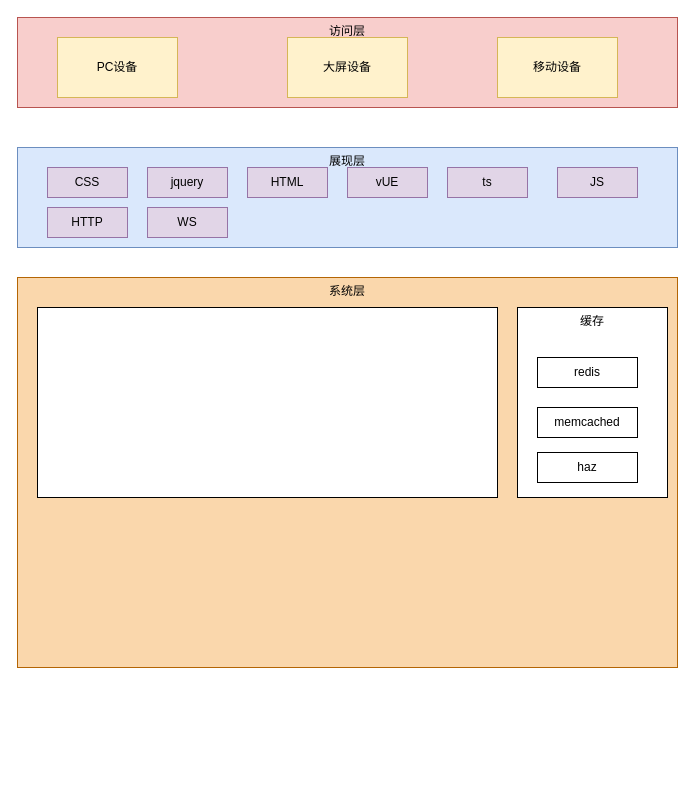
Above: 智能风控系统技术架构.drawio in liojian198/Bin-Blog (draw.io), before the change. Source tidied: cells renumbered, new cells numbered last; positions are measured from the earlier drawing's top-left corner, leaving out a move shared by most shapes. Both pictures are drawn from the tidied source at 100%, with x=0, y=0 at pixel (17, 17).
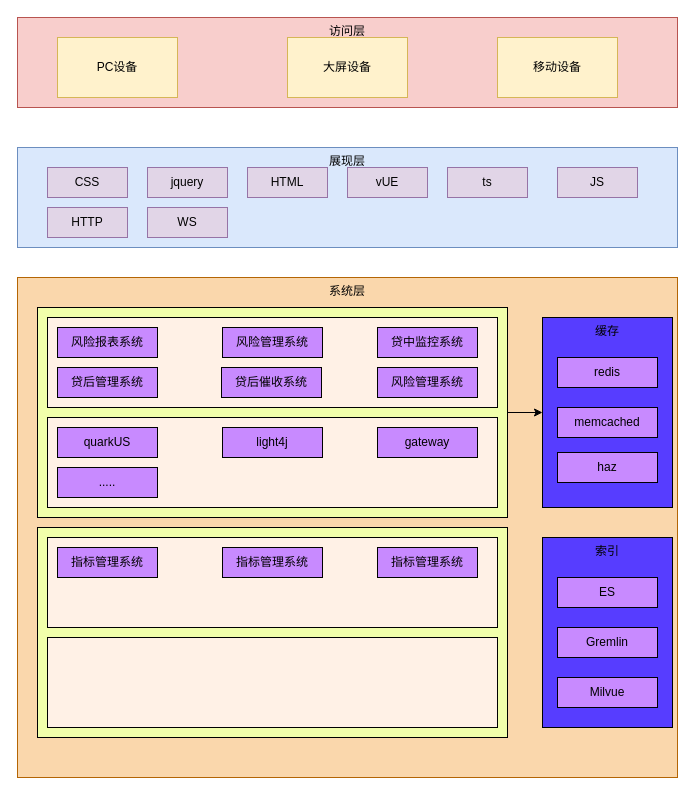
After the change.

Commit message (it also covers changes not shown here):
更新智能风控系统技术架构.drawio

What changed in the source:
```diff
@@
     <mxCell id="15" value="系统层" style="rounded=0;whiteSpace=wrap;html=1;fillColor=#fad7ac;strokeColor=#b46504;verticalAlign=top;" parent="1" vertex="1">
-      <mxGeometry y="260" width="660" height="390" as="geometry" />
+      <mxGeometry y="260" width="660" height="500" as="geometry" />
     </mxCell>
+    <mxCell id="21" style="edgeStyle=orthogonalEdgeStyle;rounded=0;jettySize=auto;html=1;exitX=1;exitY=0.5;exitDx=0;exitDy=0;" parent="1" edge="1" source="16" target="17">
+      <mxGeometry relative="1" as="geometry" />
+    </mxCell>
-    <mxCell id="16" style="rounded=0;whiteSpace=wrap;html=1;" parent="1" vertex="1">
-      <mxGeometry x="20" y="290" width="460" height="190" as="geometry" />
+    <mxCell id="16" style="rounded=0;whiteSpace=wrap;html=1;fillColor=#F1FFAB;" parent="1" vertex="1">
+      <mxGeometry x="20" y="290" width="470" height="210" as="geometry" />
     </mxCell>
-    <mxCell id="17" value="缓存" style="rounded=0;whiteSpace=wrap;html=1;verticalAlign=top;" parent="1" vertex="1">
-      <mxGeometry x="500" y="290" width="150" height="190" as="geometry" />
+    <mxCell id="17" value="缓存" style="rounded=0;whiteSpace=wrap;html=1;verticalAlign=top;fillColor=#573DFF;" parent="1" vertex="1">
+      <mxGeometry x="525" y="300" width="130" height="190" as="geometry" />
     </mxCell>
-    <mxCell id="18" value="redis" style="rounded=0;whiteSpace=wrap;html=1;" parent="1" vertex="1">
-      <mxGeometry x="520" y="340" width="100" height="30" as="geometry" />
+    <mxCell id="18" value="redis" style="rounded=0;whiteSpace=wrap;html=1;fillColor=#C88AFF;" parent="1" vertex="1">
+      <mxGeometry x="540" y="340" width="100" height="30" as="geometry" />
     </mxCell>
-    <mxCell id="19" value="memcached" style="rounded=0;whiteSpace=wrap;html=1;" parent="1" vertex="1">
-      <mxGeometry x="520" y="390" width="100" height="30" as="geometry" />
+    <mxCell id="19" value="memcached" style="rounded=0;whiteSpace=wrap;html=1;fillColor=#C88AFF;" parent="1" vertex="1">
+      <mxGeometry x="540" y="390" width="100" height="30" as="geometry" />
     </mxCell>
-    <mxCell id="20" value="haz" style="rounded=0;whiteSpace=wrap;html=1;" parent="1" vertex="1">
-      <mxGeometry x="520" y="435" width="100" height="30" as="geometry" />
+    <mxCell id="20" value="haz" style="rounded=0;whiteSpace=wrap;html=1;fillColor=#C88AFF;" parent="1" vertex="1">
+      <mxGeometry x="540" y="435" width="100" height="30" as="geometry" />
     </mxCell>
+    <mxCell id="22" style="rounded=0;whiteSpace=wrap;html=1;fillColor=#FFF1E6;" parent="1" vertex="1">
+      <mxGeometry x="30" y="300" width="450" height="90" as="geometry" />
+    </mxCell>
+    <mxCell id="23" style="rounded=0;whiteSpace=wrap;html=1;fillColor=#FFF1E6;" parent="1" vertex="1">
+      <mxGeometry x="30" y="400" width="450" height="90" as="geometry" />
+    </mxCell>
+    <mxCell id="24" value="风险报表系统" style="rounded=0;whiteSpace=wrap;html=1;fillColor=#C88AFF;" parent="1" vertex="1">
+      <mxGeometry x="40" y="310" width="100" height="30" as="geometry" />
+    </mxCell>
+    <mxCell id="25" value="风险管理系统" style="rounded=0;whiteSpace=wrap;html=1;fillColor=#C88AFF;" parent="1" vertex="1">
+      <mxGeometry x="205" y="310" width="100" height="30" as="geometry" />
+    </mxCell>
+    <mxCell id="26" value="贷中监控系统" style="rounded=0;whiteSpace=wrap;html=1;fillColor=#C88AFF;" parent="1" vertex="1">
+      <mxGeometry x="360" y="310" width="100" height="30" as="geometry" />
+    </mxCell>
+    <mxCell id="27" value="贷后管理系统" style="rounded=0;whiteSpace=wrap;html=1;fillColor=#C88AFF;" parent="1" vertex="1">
+      <mxGeometry x="40" y="350" width="100" height="30" as="geometry" />
+    </mxCell>
+    <mxCell id="28" value="贷后催收系统" style="rounded=0;whiteSpace=wrap;html=1;fillColor=#C88AFF;" parent="1" vertex="1">
+      <mxGeometry x="204" y="350" width="100" height="30" as="geometry" />
+    </mxCell>
+    <mxCell id="29" value="风险管理系统" style="rounded=0;whiteSpace=wrap;html=1;fillColor=#C88AFF;" parent="1" vertex="1">
+      <mxGeometry x="360" y="350" width="100" height="30" as="geometry" />
+    </mxCell>
+    <mxCell id="30" value="quarkUS" style="rounded=0;whiteSpace=wrap;html=1;fillColor=#C88AFF;" parent="1" vertex="1">
+      <mxGeometry x="40" y="410" width="100" height="30" as="geometry" />
+    </mxCell>
+    <mxCell id="31" value="light4j" style="rounded=0;whiteSpace=wrap;html=1;fillColor=#C88AFF;" parent="1" vertex="1">
+      <mxGeometry x="205" y="410" width="100" height="30" as="geometry" />
+    </mxCell>
+    <mxCell id="32" value="gateway" style="rounded=0;whiteSpace=wrap;html=1;fillColor=#C88AFF;" parent="1" vertex="1">
+      <mxGeometry x="360" y="410" width="100" height="30" as="geometry" />
+    </mxCell>
+    <mxCell id="33" value="....." style="rounded=0;whiteSpace=wrap;html=1;fillColor=#C88AFF;" parent="1" vertex="1">
+      <mxGeometry x="40" y="450" width="100" height="30" as="geometry" />
+    </mxCell>
+    <mxCell id="34" style="rounded=0;whiteSpace=wrap;html=1;fillColor=#F1FFAB;" parent="1" vertex="1">
+      <mxGeometry x="20" y="510" width="470" height="210" as="geometry" />
+    </mxCell>
+    <mxCell id="35" style="rounded=0;whiteSpace=wrap;html=1;fillColor=#FFF1E6;" parent="1" vertex="1">
+      <mxGeometry x="30" y="520" width="450" height="90" as="geometry" />
+    </mxCell>
+    <mxCell id="36" style="rounded=0;whiteSpace=wrap;html=1;fillColor=#FFF1E6;" parent="1" vertex="1">
+      <mxGeometry x="30" y="620" width="450" height="90" as="geometry" />
+    </mxCell>
+    <mxCell id="37" value="索引" style="rounded=0;whiteSpace=wrap;html=1;verticalAlign=top;fillColor=#573DFF;" parent="1" vertex="1">
+      <mxGeometry x="525" y="520" width="130" height="190" as="geometry" />
+    </mxCell>
+    <mxCell id="38" value="指标管理系统" style="rounded=0;whiteSpace=wrap;html=1;fillColor=#C88AFF;" parent="1" vertex="1">
+      <mxGeometry x="40" y="530" width="100" height="30" as="geometry" />
+    </mxCell>
+    <mxCell id="39" value="指标管理系统" style="rounded=0;whiteSpace=wrap;html=1;fillColor=#C88AFF;" parent="1" vertex="1">
+      <mxGeometry x="205" y="530" width="100" height="30" as="geometry" />
+    </mxCell>
+    <mxCell id="40" value="指标管理系统" style="rounded=0;whiteSpace=wrap;html=1;fillColor=#C88AFF;" parent="1" vertex="1">
+      <mxGeometry x="360" y="530" width="100" height="30" as="geometry" />
+    </mxCell>
+    <mxCell id="41" value="ES" style="rounded=0;whiteSpace=wrap;html=1;fillColor=#C88AFF;" parent="1" vertex="1">
+      <mxGeometry x="540" y="560" width="100" height="30" as="geometry" />
+    </mxCell>
+    <mxCell id="42" value="Gremlin" style="rounded=0;whiteSpace=wrap;html=1;fillColor=#C88AFF;" parent="1" vertex="1">
+      <mxGeometry x="540" y="610" width="100" height="30" as="geometry" />
+    </mxCell>
+    <mxCell id="43" value="Milvue" style="rounded=0;whiteSpace=wrap;html=1;fillColor=#C88AFF;" parent="1" vertex="1">
+      <mxGeometry x="540" y="660" width="100" height="30" as="geometry" />
+    </mxCell>
```
